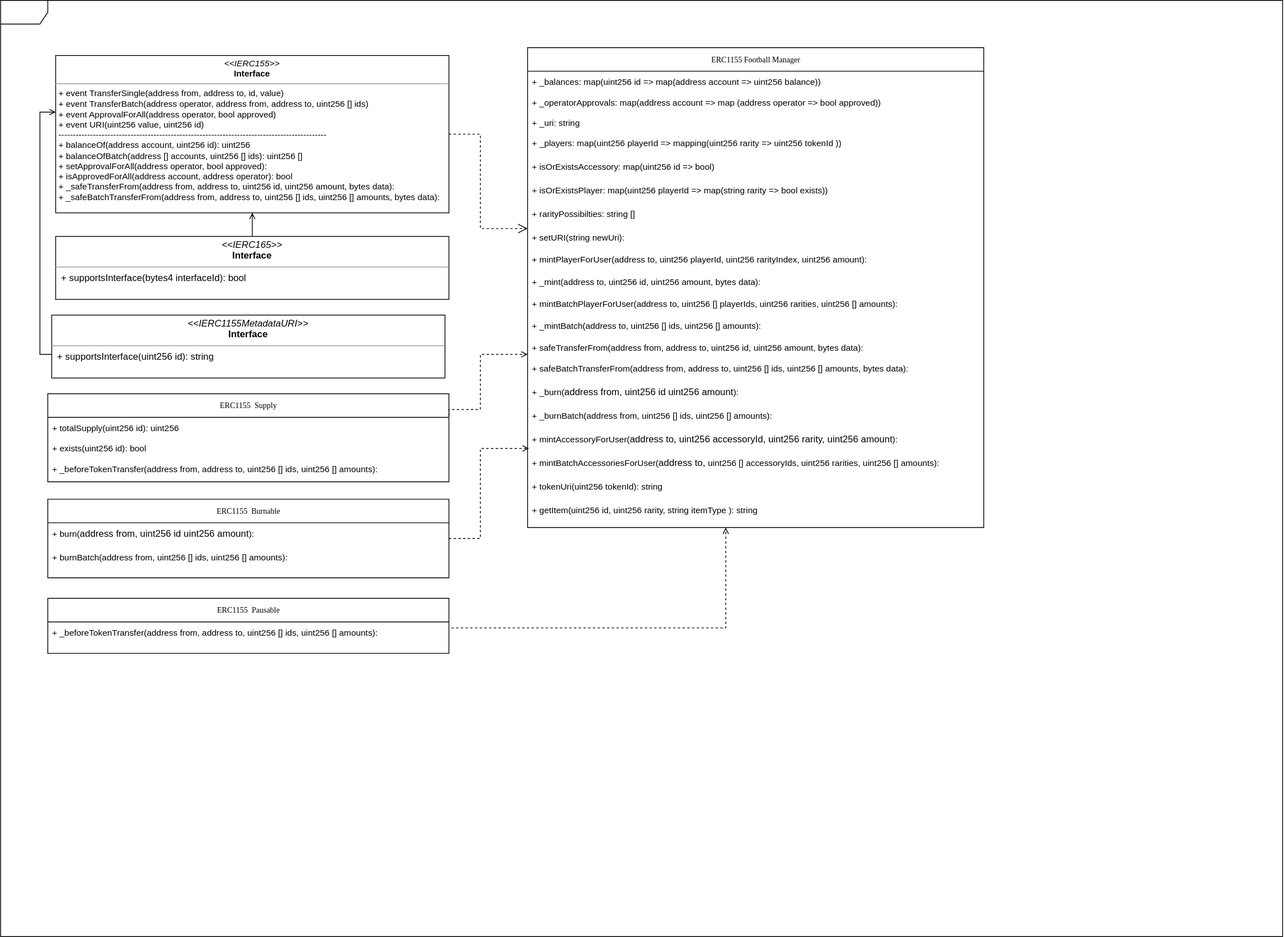
Above: diagrams/ERC1155.drawio.svg in RasenGUY/smartDev (draw.io), before the change. Source tidied: cells renumbered, new cells last; positions are measured from the earlier drawing's top-left corner, leaving out a move shared by most shapes.
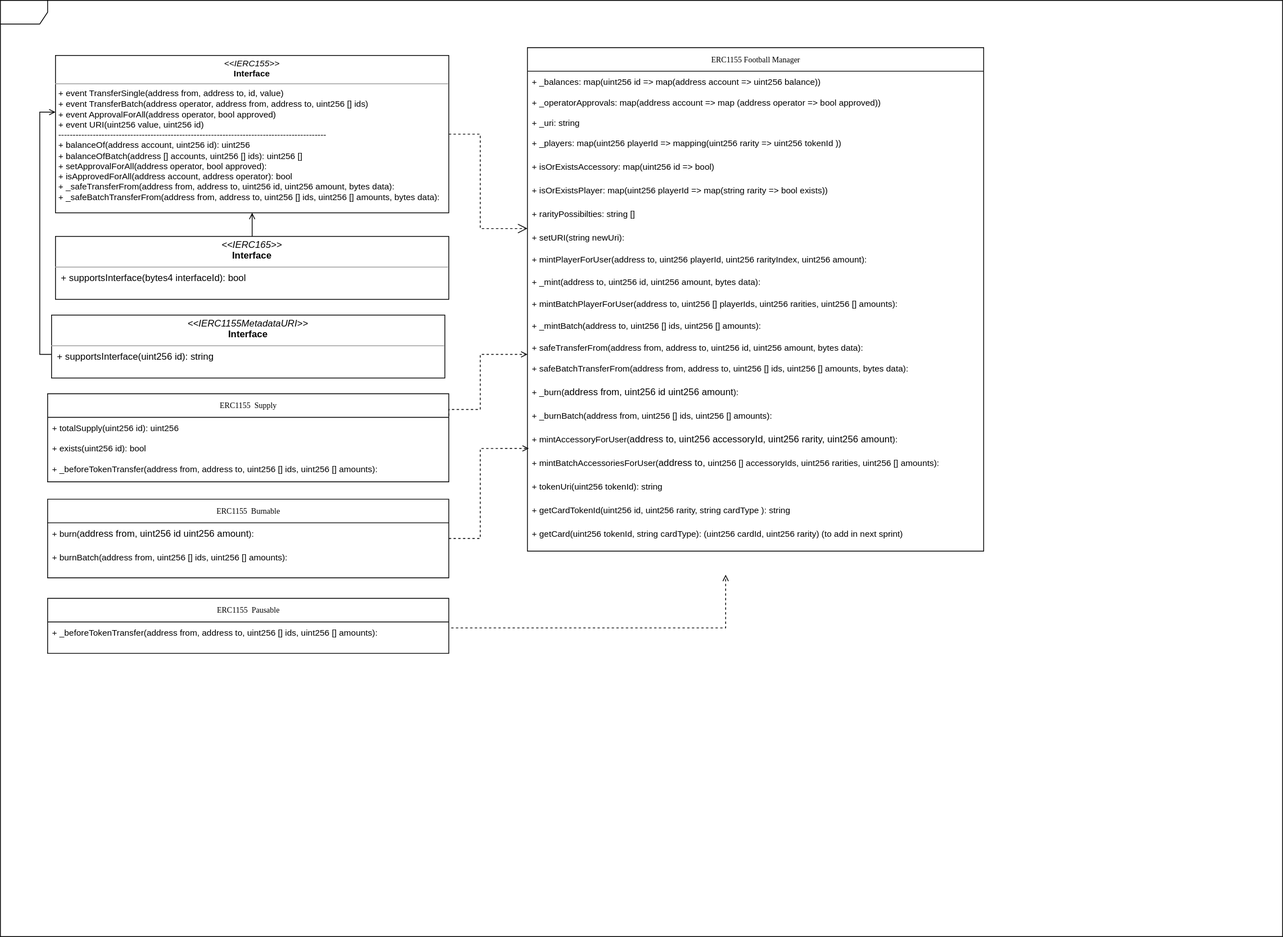
After the commit.

Diff of the diagram source:
```diff
@@ -6,7 +6,7 @@
       <mxGeometry width="1630" height="1190" as="geometry" />
     </mxCell>
     <mxCell id="3" value="ERC1155 Football Manager" style="swimlane;html=1;fontStyle=0;horizontal=1;startSize=30;fillColor=none;swimlaneFillColor=#ffffff;rounded=0;shadow=0;comic=0;labelBackgroundColor=none;strokeWidth=1;fontFamily=Verdana;fontSize=10;align=center;" parent="1" vertex="1">
-      <mxGeometry x="670" y="60" width="580" height="610" as="geometry" />
+      <mxGeometry x="670" y="60" width="580" height="640" as="geometry" />
     </mxCell>
     <mxCell id="4" value="&lt;font style=&quot;font-size: 11px&quot;&gt;+ _balances: map(uint256 id =&amp;gt; map(address account =&amp;gt; uint256 balance))&lt;/font&gt;" style="text;html=1;strokeColor=none;fillColor=none;align=left;verticalAlign=top;spacingLeft=4;spacingRight=4;whiteSpace=wrap;overflow=hidden;" parent="3" vertex="1">
       <mxGeometry y="30" width="580" height="26" as="geometry" />
@@ -65,9 +65,12 @@
     <mxCell id="22" value="&lt;font face=&quot;helvetica&quot;&gt;&lt;span style=&quot;font-size: 11px&quot;&gt;+ tokenUri(uint256 tokenId): string&lt;/span&gt;&lt;/font&gt;" style="text;html=1;strokeColor=none;fillColor=none;align=left;verticalAlign=top;spacingLeft=4;spacingRight=4;whiteSpace=wrap;overflow=hidden;" parent="3" vertex="1">
       <mxGeometry y="544" width="580" height="30" as="geometry" />
     </mxCell>
-    <mxCell id="23" value="&lt;font face=&quot;helvetica&quot;&gt;&lt;span style=&quot;font-size: 11px&quot;&gt;+ getItem(uint256 id, uint256 rarity, string itemType ): string&lt;/span&gt;&lt;/font&gt;" style="text;html=1;strokeColor=none;fillColor=none;align=left;verticalAlign=top;spacingLeft=4;spacingRight=4;whiteSpace=wrap;overflow=hidden;" parent="3" vertex="1">
+    <mxCell id="23" value="&lt;font face=&quot;helvetica&quot;&gt;&lt;span style=&quot;font-size: 11px&quot;&gt;+ getCardTokenId(uint256 id, uint256 rarity, string cardType ): string&lt;/span&gt;&lt;/font&gt;" style="text;html=1;strokeColor=none;fillColor=none;align=left;verticalAlign=top;spacingLeft=4;spacingRight=4;whiteSpace=wrap;overflow=hidden;" parent="3" vertex="1">
       <mxGeometry y="574" width="580" height="30" as="geometry" />
     </mxCell>
+    <mxCell id="42" value="&lt;font face=&quot;helvetica&quot;&gt;&lt;span style=&quot;font-size: 11px&quot;&gt;+ getCard(uint256 tokenId, string cardType): (uint256 cardId, uint256 rarity) (to add in next sprint)&lt;/span&gt;&lt;/font&gt;" style="text;html=1;strokeColor=none;fillColor=none;align=left;verticalAlign=top;spacingLeft=4;spacingRight=4;whiteSpace=wrap;overflow=hidden;" parent="3" vertex="1">
+      <mxGeometry y="604" width="580" height="30" as="geometry" />
+    </mxCell>
     <mxCell id="24" style="edgeStyle=orthogonalEdgeStyle;rounded=0;html=1;labelBackgroundColor=none;startFill=0;endArrow=open;endFill=0;endSize=10;fontFamily=Verdana;fontSize=10;dashed=1;" parent="1" edge="1" source="25" target="3">
       <mxGeometry relative="1" as="geometry">
         <Array as="points">
@@ -127,7 +130,7 @@
     </mxCell>
     <mxCell id="38" style="edgeStyle=orthogonalEdgeStyle;rounded=0;jettySize=auto;html=1;dashed=1;endArrow=open;endFill=0;exitX=1.006;exitY=0.255;exitDx=0;exitDy=0;exitPerimeter=0;" parent="1" edge="1" source="40">
       <mxGeometry relative="1" as="geometry">
-        <mxPoint x="922" y="670" as="targetPoint" />
+        <mxPoint x="922" y="730" as="targetPoint" />
         <Array as="points">
           <mxPoint x="922" y="798" />
         </Array>
```
